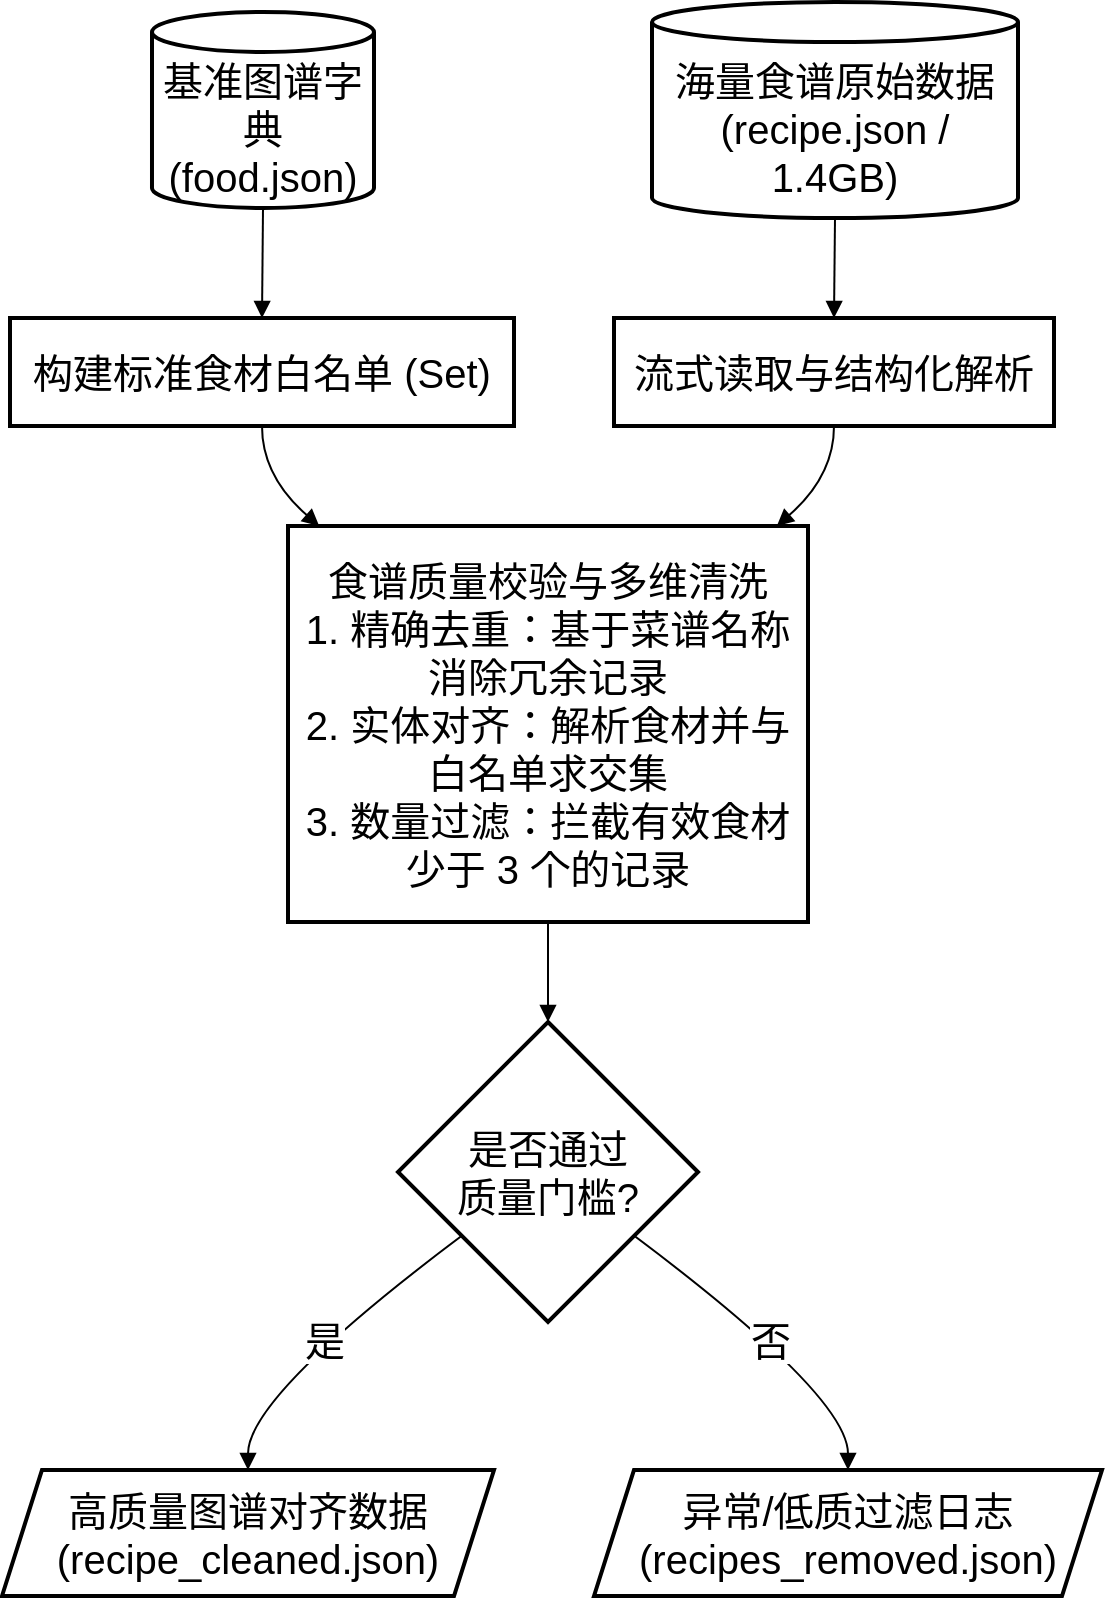
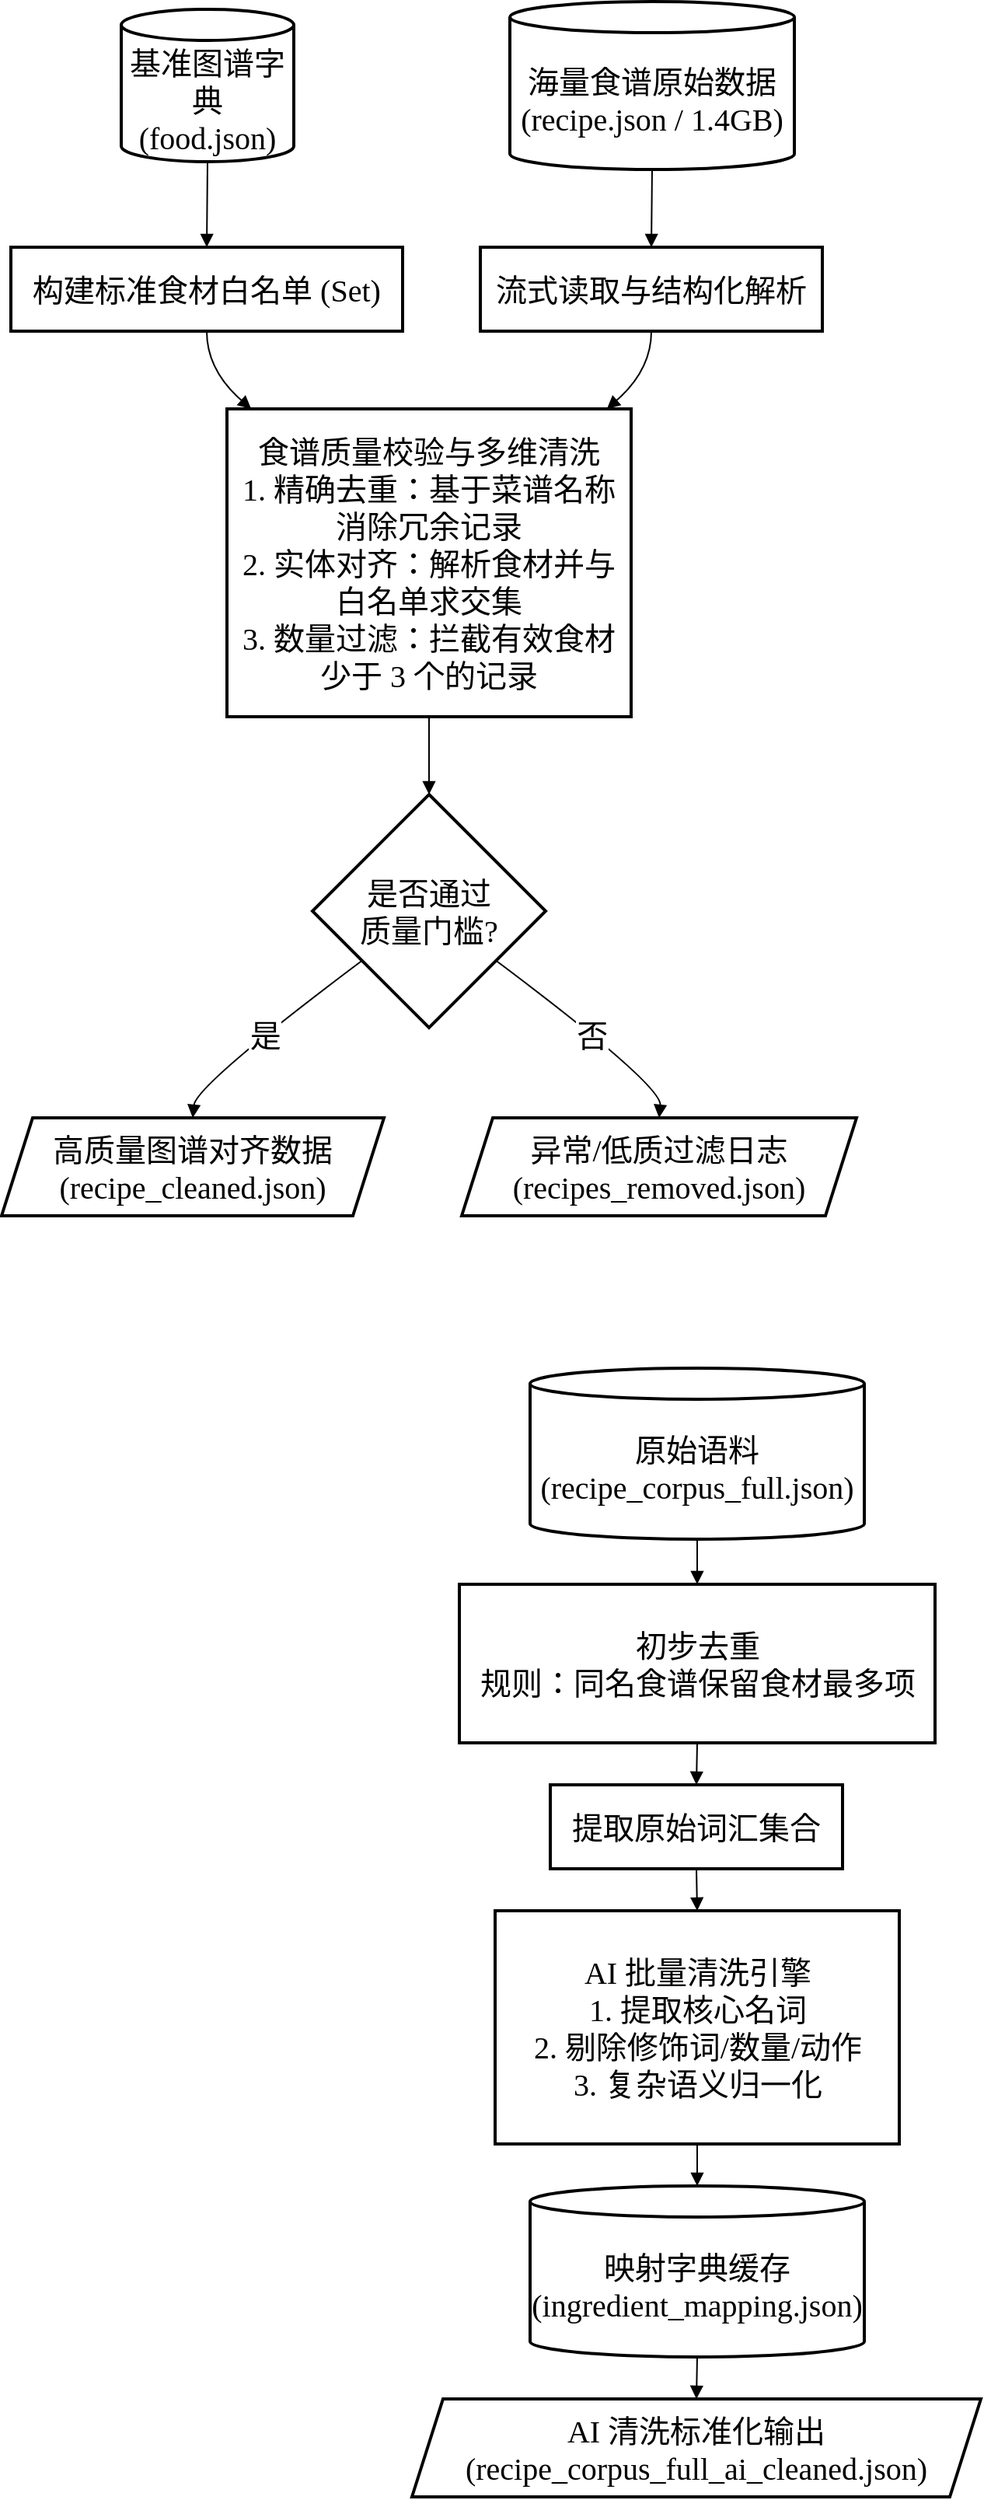
<mxfile host="app.diagrams.net">
  <diagram name="第 1 页" id="MpPZJ7MyzPOiuXmoKurh">
    <mxGraphModel dx="1611" dy="1029" grid="0" gridSize="10" guides="1" tooltips="1" connect="1" arrows="1" fold="1" page="0" pageScale="1" pageWidth="3300" pageHeight="2339" math="0" shadow="0">
      <root>
        <mxCell id="0" />
        <mxCell id="1" parent="0" />
-         <mxCell id="OgjsQ03OlbY5T8AoPX3e-32" parent="1" style="shape=cylinder3;boundedLbl=1;backgroundOutline=1;size=10;strokeWidth=2;whiteSpace=wrap;fontSize=20;" value="基准图谱字典&#xa;(food.json)" vertex="1">
+         <mxCell id="OgjsQ03OlbY5T8AoPX3e-32" parent="1" style="shape=cylinder3;boundedLbl=1;backgroundOutline=1;size=10;strokeWidth=2;whiteSpace=wrap;fontSize=20;fontFamily=Times New Roman;" value="基准图谱字典&#xa;(food.json)" vertex="1">
          <mxGeometry height="98" width="111" x="95" y="269" as="geometry" />
        </mxCell>
-         <mxCell id="OgjsQ03OlbY5T8AoPX3e-33" parent="1" style="shape=cylinder3;boundedLbl=1;backgroundOutline=1;size=10;strokeWidth=2;whiteSpace=wrap;fontSize=20;" value="海量食谱原始数据&#xa;(recipe.json / 1.4GB)" vertex="1">
+         <mxCell id="OgjsQ03OlbY5T8AoPX3e-33" parent="1" style="shape=cylinder3;boundedLbl=1;backgroundOutline=1;size=10;strokeWidth=2;whiteSpace=wrap;fontSize=20;fontFamily=Times New Roman;" value="海量食谱原始数据&#xa;(recipe.json / 1.4GB)" vertex="1">
          <mxGeometry height="108" width="183" x="345" y="264" as="geometry" />
        </mxCell>
-         <mxCell id="OgjsQ03OlbY5T8AoPX3e-34" parent="1" style="whiteSpace=wrap;strokeWidth=2;fontSize=20;" value="构建标准食材白名单 (Set)" vertex="1">
+         <mxCell id="OgjsQ03OlbY5T8AoPX3e-34" parent="1" style="whiteSpace=wrap;strokeWidth=2;fontSize=20;fontFamily=Times New Roman;" value="构建标准食材白名单 (Set)" vertex="1">
          <mxGeometry height="54" width="252" x="24" y="422" as="geometry" />
        </mxCell>
-         <mxCell id="OgjsQ03OlbY5T8AoPX3e-35" parent="1" style="whiteSpace=wrap;strokeWidth=2;fontSize=20;" value="流式读取与结构化解析" vertex="1">
+         <mxCell id="OgjsQ03OlbY5T8AoPX3e-35" parent="1" style="whiteSpace=wrap;strokeWidth=2;fontSize=20;fontFamily=Times New Roman;" value="流式读取与结构化解析" vertex="1">
          <mxGeometry height="54" width="220" x="326" y="422" as="geometry" />
        </mxCell>
-         <mxCell id="OgjsQ03OlbY5T8AoPX3e-36" parent="1" style="whiteSpace=wrap;strokeWidth=2;fontSize=20;" value="食谱质量校验与多维清洗&#xa;1. 精确去重：基于菜谱名称消除冗余记录&#xa;2. 实体对齐：解析食材并与白名单求交集&#xa;3. 数量过滤：拦截有效食材少于 3 个的记录" vertex="1">
+         <mxCell id="OgjsQ03OlbY5T8AoPX3e-36" parent="1" style="whiteSpace=wrap;strokeWidth=2;fontSize=20;fontFamily=Times New Roman;" value="食谱质量校验与多维清洗&#xa;1. 精确去重：基于菜谱名称消除冗余记录&#xa;2. 实体对齐：解析食材并与白名单求交集&#xa;3. 数量过滤：拦截有效食材少于 3 个的记录" vertex="1">
          <mxGeometry height="198" width="260" x="163" y="526" as="geometry" />
        </mxCell>
-         <mxCell id="OgjsQ03OlbY5T8AoPX3e-37" parent="1" style="rhombus;strokeWidth=2;whiteSpace=wrap;fontSize=20;" value="是否通过&#xa;质量门槛?" vertex="1">
+         <mxCell id="OgjsQ03OlbY5T8AoPX3e-37" parent="1" style="rhombus;strokeWidth=2;whiteSpace=wrap;fontSize=20;fontFamily=Times New Roman;" value="是否通过&#xa;质量门槛?" vertex="1">
          <mxGeometry height="150" width="150" x="218" y="774" as="geometry" />
        </mxCell>
-         <mxCell id="OgjsQ03OlbY5T8AoPX3e-38" parent="1" style="shape=parallelogram;perimeter=parallelogramPerimeter;fixedSize=1;strokeWidth=2;whiteSpace=wrap;fontSize=20;" value="高质量图谱对齐数据&#xa;(recipe_cleaned.json)" vertex="1">
-           <mxGeometry height="63" width="246" x="20" y="998" as="geometry" />
+         <mxCell id="OgjsQ03OlbY5T8AoPX3e-38" parent="1" style="shape=parallelogram;perimeter=parallelogramPerimeter;fixedSize=1;strokeWidth=2;whiteSpace=wrap;fontSize=20;fontFamily=Times New Roman;" value="高质量图谱对齐数据&#xa;(recipe_cleaned.json)" vertex="1">
+           <mxGeometry height="63" width="246" x="18" y="982" as="geometry" />
        </mxCell>
-         <mxCell id="OgjsQ03OlbY5T8AoPX3e-39" parent="1" style="shape=parallelogram;perimeter=parallelogramPerimeter;fixedSize=1;strokeWidth=2;whiteSpace=wrap;fontSize=20;" value="异常/低质过滤日志&#xa;(recipes_removed.json)" vertex="1">
-           <mxGeometry height="63" width="254" x="316" y="998" as="geometry" />
+         <mxCell id="OgjsQ03OlbY5T8AoPX3e-39" parent="1" style="shape=parallelogram;perimeter=parallelogramPerimeter;fixedSize=1;strokeWidth=2;whiteSpace=wrap;fontSize=20;fontFamily=Times New Roman;" value="异常/低质过滤日志&#xa;(recipes_removed.json)" vertex="1">
+           <mxGeometry height="63" width="254" x="314" y="982" as="geometry" />
        </mxCell>
-         <mxCell id="OgjsQ03OlbY5T8AoPX3e-40" edge="1" parent="1" source="OgjsQ03OlbY5T8AoPX3e-32" style="curved=1;startArrow=none;endArrow=block;exitX=0.5;exitY=1;entryX=0.5;entryY=-0.01;rounded=0;fontSize=20;" target="OgjsQ03OlbY5T8AoPX3e-34" value="">
+         <mxCell id="OgjsQ03OlbY5T8AoPX3e-40" edge="1" parent="1" source="OgjsQ03OlbY5T8AoPX3e-32" style="curved=1;startArrow=none;endArrow=block;exitX=0.5;exitY=1;entryX=0.5;entryY=-0.01;rounded=0;fontSize=20;fontFamily=Times New Roman;" target="OgjsQ03OlbY5T8AoPX3e-34" value="">
          <mxGeometry relative="1" as="geometry">
            <Array as="points" />
          </mxGeometry>
        </mxCell>
-         <mxCell id="OgjsQ03OlbY5T8AoPX3e-41" edge="1" parent="1" source="OgjsQ03OlbY5T8AoPX3e-33" style="curved=1;startArrow=none;endArrow=block;exitX=0.5;exitY=1;entryX=0.5;entryY=-0.01;rounded=0;fontSize=20;" target="OgjsQ03OlbY5T8AoPX3e-35" value="">
+         <mxCell id="OgjsQ03OlbY5T8AoPX3e-41" edge="1" parent="1" source="OgjsQ03OlbY5T8AoPX3e-33" style="curved=1;startArrow=none;endArrow=block;exitX=0.5;exitY=1;entryX=0.5;entryY=-0.01;rounded=0;fontSize=20;fontFamily=Times New Roman;" target="OgjsQ03OlbY5T8AoPX3e-35" value="">
          <mxGeometry relative="1" as="geometry">
            <Array as="points" />
          </mxGeometry>
        </mxCell>
-         <mxCell id="OgjsQ03OlbY5T8AoPX3e-42" edge="1" parent="1" source="OgjsQ03OlbY5T8AoPX3e-34" style="curved=1;startArrow=none;endArrow=block;exitX=0.5;exitY=0.99;entryX=0.06;entryY=0;rounded=0;fontSize=20;" target="OgjsQ03OlbY5T8AoPX3e-36" value="">
+         <mxCell id="OgjsQ03OlbY5T8AoPX3e-42" edge="1" parent="1" source="OgjsQ03OlbY5T8AoPX3e-34" style="curved=1;startArrow=none;endArrow=block;exitX=0.5;exitY=0.99;entryX=0.06;entryY=0;rounded=0;fontSize=20;fontFamily=Times New Roman;" target="OgjsQ03OlbY5T8AoPX3e-36" value="">
          <mxGeometry relative="1" as="geometry">
            <Array as="points">
              <mxPoint x="150" y="501" />
            </Array>
          </mxGeometry>
        </mxCell>
-         <mxCell id="OgjsQ03OlbY5T8AoPX3e-43" edge="1" parent="1" source="OgjsQ03OlbY5T8AoPX3e-35" style="curved=1;startArrow=none;endArrow=block;exitX=0.5;exitY=0.99;entryX=0.94;entryY=0;rounded=0;fontSize=20;" target="OgjsQ03OlbY5T8AoPX3e-36" value="">
+         <mxCell id="OgjsQ03OlbY5T8AoPX3e-43" edge="1" parent="1" source="OgjsQ03OlbY5T8AoPX3e-35" style="curved=1;startArrow=none;endArrow=block;exitX=0.5;exitY=0.99;entryX=0.94;entryY=0;rounded=0;fontSize=20;fontFamily=Times New Roman;" target="OgjsQ03OlbY5T8AoPX3e-36" value="">
          <mxGeometry relative="1" as="geometry">
            <Array as="points">
              <mxPoint x="436" y="501" />
            </Array>
          </mxGeometry>
        </mxCell>
-         <mxCell id="OgjsQ03OlbY5T8AoPX3e-44" edge="1" parent="1" source="OgjsQ03OlbY5T8AoPX3e-36" style="curved=1;startArrow=none;endArrow=block;exitX=0.5;exitY=1;entryX=0.5;entryY=0;rounded=0;fontSize=20;" target="OgjsQ03OlbY5T8AoPX3e-37" value="">
+         <mxCell id="OgjsQ03OlbY5T8AoPX3e-44" edge="1" parent="1" source="OgjsQ03OlbY5T8AoPX3e-36" style="curved=1;startArrow=none;endArrow=block;exitX=0.5;exitY=1;entryX=0.5;entryY=0;rounded=0;fontSize=20;fontFamily=Times New Roman;" target="OgjsQ03OlbY5T8AoPX3e-37" value="">
          <mxGeometry relative="1" as="geometry">
            <Array as="points" />
          </mxGeometry>
        </mxCell>
-         <mxCell id="OgjsQ03OlbY5T8AoPX3e-45" edge="1" parent="1" source="OgjsQ03OlbY5T8AoPX3e-37" style="curved=1;startArrow=none;endArrow=block;exitX=0;exitY=0.87;entryX=0.5;entryY=-0.01;rounded=0;fontSize=20;" target="OgjsQ03OlbY5T8AoPX3e-38" value="是">
+         <mxCell id="OgjsQ03OlbY5T8AoPX3e-45" edge="1" parent="1" source="OgjsQ03OlbY5T8AoPX3e-37" style="curved=1;startArrow=none;endArrow=block;exitX=0;exitY=0.87;entryX=0.5;entryY=-0.01;rounded=0;fontSize=20;fontFamily=Times New Roman;" target="OgjsQ03OlbY5T8AoPX3e-38" value="是">
          <mxGeometry relative="1" as="geometry">
            <Array as="points">
              <mxPoint x="143" y="961" />
            </Array>
          </mxGeometry>
        </mxCell>
-         <mxCell id="OgjsQ03OlbY5T8AoPX3e-46" edge="1" parent="1" source="OgjsQ03OlbY5T8AoPX3e-37" style="curved=1;startArrow=none;endArrow=block;exitX=1;exitY=0.87;entryX=0.5;entryY=-0.01;rounded=0;fontSize=20;" target="OgjsQ03OlbY5T8AoPX3e-39" value="否">
+         <mxCell id="OgjsQ03OlbY5T8AoPX3e-46" edge="1" parent="1" source="OgjsQ03OlbY5T8AoPX3e-37" style="curved=1;startArrow=none;endArrow=block;exitX=1;exitY=0.87;entryX=0.5;entryY=-0.01;rounded=0;fontSize=20;fontFamily=Times New Roman;" target="OgjsQ03OlbY5T8AoPX3e-39" value="否">
          <mxGeometry relative="1" as="geometry">
            <Array as="points">
              <mxPoint x="443" y="961" />
            </Array>
          </mxGeometry>
        </mxCell>
+         <mxCell id="OgjsQ03OlbY5T8AoPX3e-47" parent="1" style="shape=cylinder3;boundedLbl=1;backgroundOutline=1;size=10;strokeWidth=2;whiteSpace=wrap;fontFamily=Times New Roman;fontSize=20;" value="原始语料&#xa;(recipe_corpus_full.json)" vertex="1">
+           <mxGeometry height="110" width="215" x="358" y="1143" as="geometry" />
+         </mxCell>
+         <mxCell id="OgjsQ03OlbY5T8AoPX3e-48" parent="1" style="whiteSpace=wrap;strokeWidth=2;fontFamily=Times New Roman;fontSize=20;fontStyle=0" value="初步去重&#xa;规则：同名食谱保留食材最多项" vertex="1">
+           <mxGeometry height="102" width="306" x="312.5" y="1282" as="geometry" />
+         </mxCell>
+         <mxCell id="OgjsQ03OlbY5T8AoPX3e-49" parent="1" style="whiteSpace=wrap;strokeWidth=2;fontFamily=Times New Roman;fontSize=20;" value="提取原始词汇集合" vertex="1">
+           <mxGeometry height="54" width="188" x="371" y="1411" as="geometry" />
+         </mxCell>
+         <mxCell id="OgjsQ03OlbY5T8AoPX3e-50" parent="1" style="whiteSpace=wrap;strokeWidth=2;fontFamily=Times New Roman;fontSize=20;" value="AI 批量清洗引擎&#xa;1. 提取核心名词&#xa;2. 剔除修饰词/数量/动作&#xa;3. 复杂语义归一化" vertex="1">
+           <mxGeometry height="150" width="260" x="335.5" y="1492" as="geometry" />
+         </mxCell>
+         <mxCell id="OgjsQ03OlbY5T8AoPX3e-51" parent="1" style="shape=cylinder3;boundedLbl=1;backgroundOutline=1;size=10;strokeWidth=2;whiteSpace=wrap;fontFamily=Times New Roman;fontSize=20;" value="映射字典缓存&#xa;(ingredient_mapping.json)" vertex="1">
+           <mxGeometry height="110" width="215" x="358" y="1669" as="geometry" />
+         </mxCell>
+         <mxCell id="OgjsQ03OlbY5T8AoPX3e-52" parent="1" style="shape=parallelogram;perimeter=parallelogramPerimeter;fixedSize=1;strokeWidth=2;whiteSpace=wrap;fontFamily=Times New Roman;fontSize=20;" value="AI 清洗标准化输出&#xa;(recipe_corpus_full_ai_cleaned.json)" vertex="1">
+           <mxGeometry height="63" width="366" x="282" y="1806" as="geometry" />
+         </mxCell>
+         <mxCell id="OgjsQ03OlbY5T8AoPX3e-53" edge="1" parent="1" source="OgjsQ03OlbY5T8AoPX3e-47" style="curved=1;startArrow=none;endArrow=block;exitX=0.5;exitY=1;entryX=0.5;entryY=0;rounded=0;fontFamily=Times New Roman;fontSize=20;" target="OgjsQ03OlbY5T8AoPX3e-48" value="">
+           <mxGeometry relative="1" as="geometry">
+             <Array as="points" />
+           </mxGeometry>
+         </mxCell>
+         <mxCell id="OgjsQ03OlbY5T8AoPX3e-54" edge="1" parent="1" source="OgjsQ03OlbY5T8AoPX3e-48" style="curved=1;startArrow=none;endArrow=block;exitX=0.5;exitY=1;entryX=0.5;entryY=0.01;rounded=0;fontFamily=Times New Roman;fontSize=20;" target="OgjsQ03OlbY5T8AoPX3e-49" value="">
+           <mxGeometry relative="1" as="geometry">
+             <Array as="points" />
+           </mxGeometry>
+         </mxCell>
+         <mxCell id="OgjsQ03OlbY5T8AoPX3e-55" edge="1" parent="1" source="OgjsQ03OlbY5T8AoPX3e-49" style="curved=1;startArrow=none;endArrow=block;exitX=0.5;exitY=1.01;entryX=0.5;entryY=0;rounded=0;fontFamily=Times New Roman;fontSize=20;" target="OgjsQ03OlbY5T8AoPX3e-50" value="">
+           <mxGeometry relative="1" as="geometry">
+             <Array as="points" />
+           </mxGeometry>
+         </mxCell>
+         <mxCell id="OgjsQ03OlbY5T8AoPX3e-56" edge="1" parent="1" source="OgjsQ03OlbY5T8AoPX3e-50" style="curved=1;startArrow=none;endArrow=block;exitX=0.5;exitY=1;entryX=0.5;entryY=0;rounded=0;fontFamily=Times New Roman;fontSize=20;" target="OgjsQ03OlbY5T8AoPX3e-51" value="">
+           <mxGeometry relative="1" as="geometry">
+             <Array as="points" />
+           </mxGeometry>
+         </mxCell>
+         <mxCell id="OgjsQ03OlbY5T8AoPX3e-57" edge="1" parent="1" source="OgjsQ03OlbY5T8AoPX3e-51" style="curved=1;startArrow=none;endArrow=block;exitX=0.5;exitY=1.01;entryX=0.5;entryY=0;rounded=0;fontFamily=Times New Roman;fontSize=20;" target="OgjsQ03OlbY5T8AoPX3e-52" value="">
+           <mxGeometry relative="1" as="geometry">
+             <Array as="points" />
+           </mxGeometry>
+         </mxCell>
      </root>
    </mxGraphModel>
  </diagram>
</mxfile>
